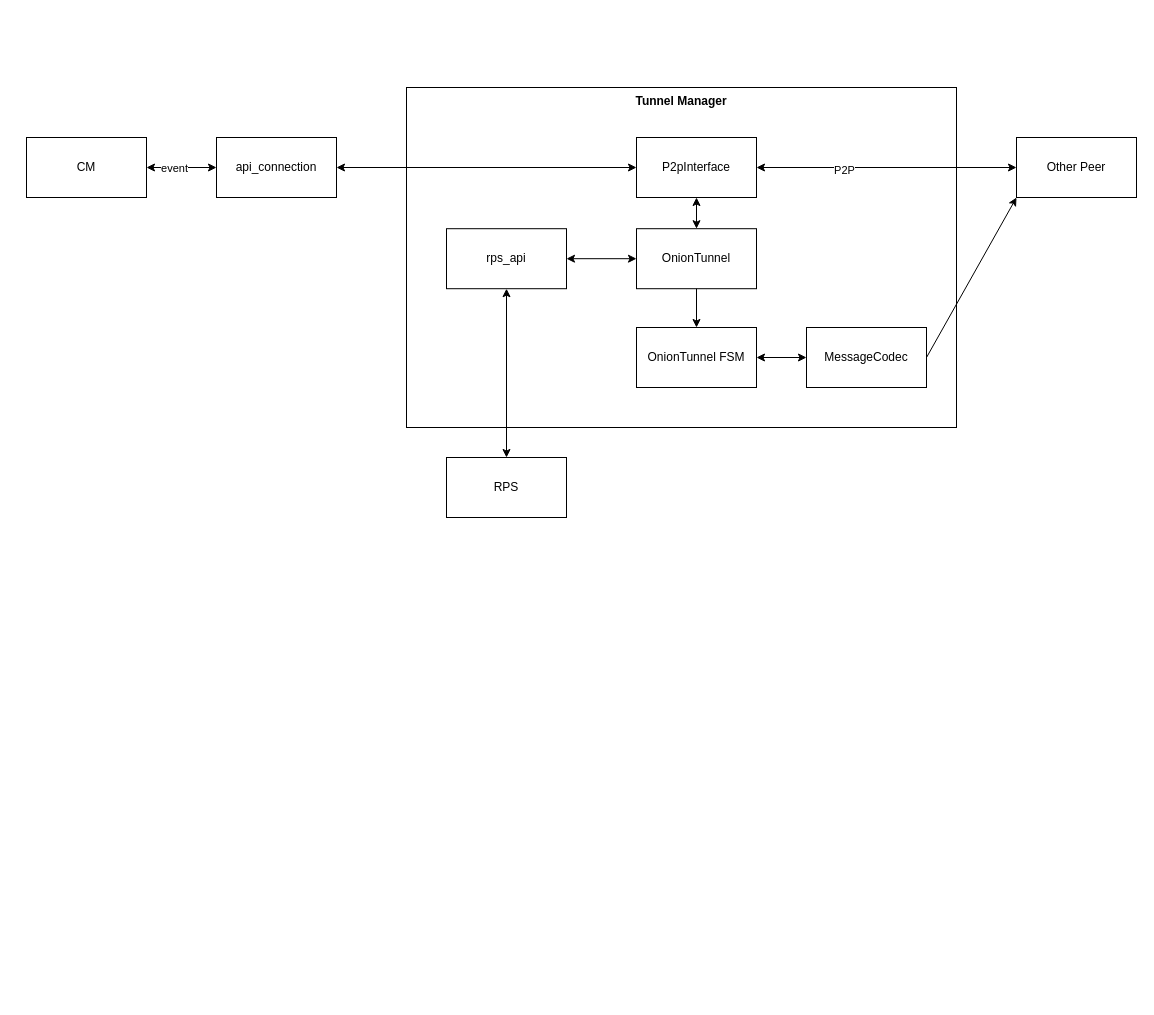
leonbeckmann/voip-onion-routing keeps this draw.io diagram as docs/images/logical_structure.drawio. Above is the earlier version. Source tidied: cells renumbered, new cells numbered last; positions are measured from the earlier drawing's top-left corner, leaving out a move shared by most shapes. Both pictures are drawn from the tidied source at 100%, with x=0, y=0 at pixel (26, 87).
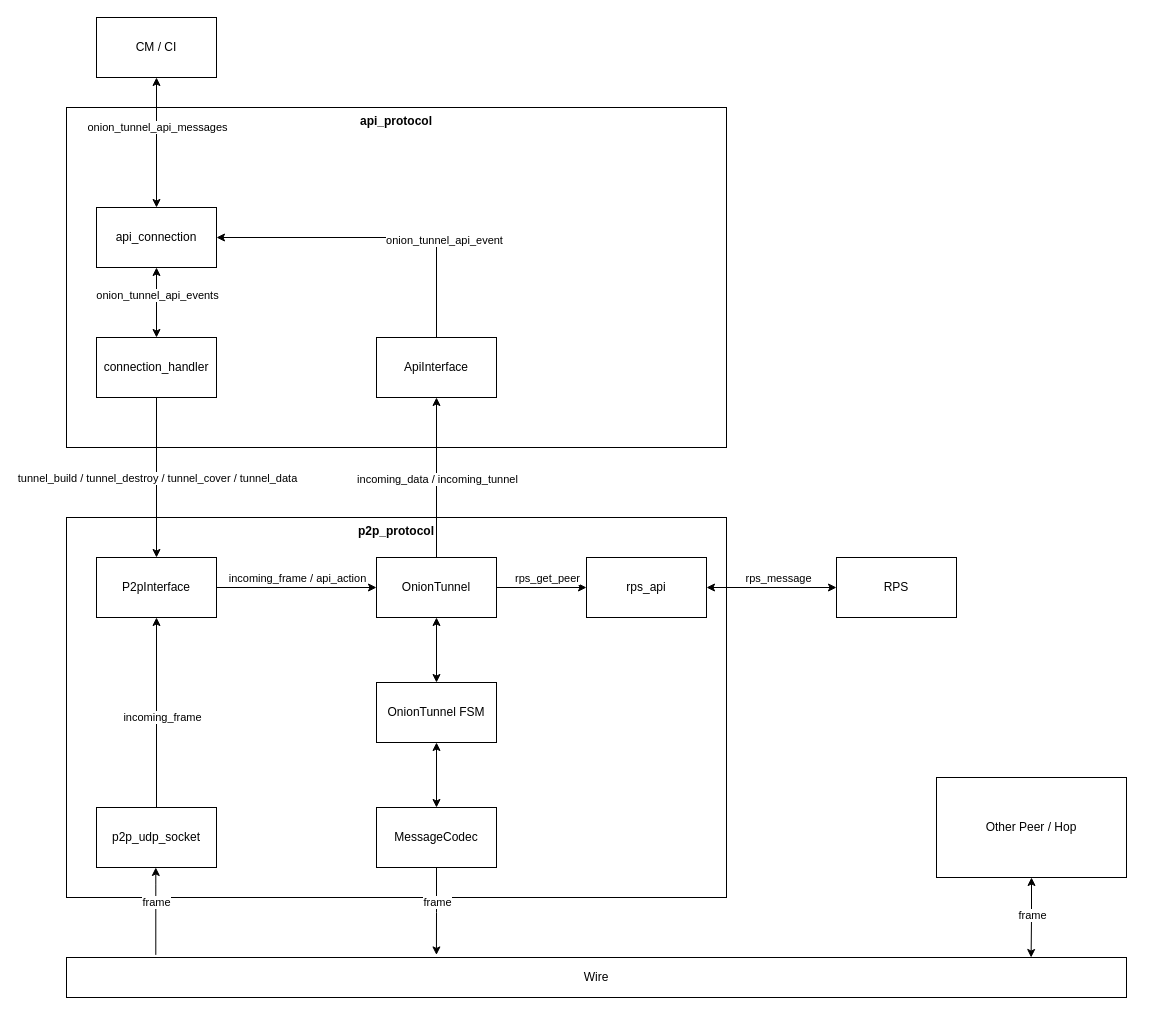
After the change.

Diff of the diagram source:
```diff
@@
+    <mxCell id="23" value="api_protocol" style="whiteSpace=wrap;html=1;fontStyle=1;verticalAlign=top;" parent="1" vertex="1">
+      <mxGeometry x="40" y="20" width="660" height="340" as="geometry" />
+    </mxCell>
     <mxCell id="2" value="api_connection" style="rounded=0;whiteSpace=wrap;html=1;" parent="1" vertex="1">
-      <mxGeometry x="190" y="50" width="120" height="60" as="geometry" />
+      <mxGeometry x="70" y="120" width="120" height="60" as="geometry" />
     </mxCell>
-    <mxCell id="3" style="endArrow=classic;html=1;entryX=0;entryY=0.5;entryDx=0;entryDy=0;exitX=1;exitY=0.5;exitDx=0;exitDy=0;startArrow=classic;startFill=1;" parent="1" edge="1" source="5" target="2">
+    <mxCell id="3" style="endArrow=classic;html=1;entryX=0.5;entryY=0;entryDx=0;entryDy=0;exitX=0.5;exitY=1;exitDx=0;exitDy=0;startArrow=classic;startFill=1;" parent="1" edge="1" source="5" target="2">
       <mxGeometry relative="1" as="geometry" />
     </mxCell>
-    <mxCell id="4" value="event" style="edgeLabel;html=1;align=center;verticalAlign=middle;" parent="3" vertex="1">
+    <mxCell id="4" value="onion_tunnel_api_messages" style="edgeLabel;html=1;align=center;verticalAlign=middle;" parent="3" vertex="1">
       <mxGeometry x="-0.24" relative="1" as="geometry" />
     </mxCell>
-    <mxCell id="5" value="CM" style="rounded=0;whiteSpace=wrap;html=1;" parent="1" vertex="1">
-      <mxGeometry y="50" width="120" height="60" as="geometry" />
+    <mxCell id="5" value="CM / CI" style="rounded=0;whiteSpace=wrap;html=1;" parent="1" vertex="1">
+      <mxGeometry x="70" y="-70" width="120" height="60" as="geometry" />
     </mxCell>
     <mxCell id="6" value="RPS" style="rounded=0;whiteSpace=wrap;html=1;" parent="1" vertex="1">
-      <mxGeometry x="420" y="370" width="120" height="60" as="geometry" />
+      <mxGeometry x="810" y="470" width="120" height="60" as="geometry" />
     </mxCell>
-    <mxCell id="7" value="Tunnel Manager" style="whiteSpace=wrap;html=1;fontStyle=1;verticalAlign=top;" parent="1" vertex="1">
-      <mxGeometry x="380" width="550" height="340" as="geometry" />
+    <mxCell id="7" value="p2p_protocol" style="whiteSpace=wrap;html=1;fontStyle=1;verticalAlign=top;" parent="1" vertex="1">
+      <mxGeometry x="40" y="430" width="660" height="380" as="geometry" />
     </mxCell>
-    <mxCell id="8" style="endArrow=classic;startArrow=classic;html=1;entryX=0.5;entryY=1;entryDx=0;entryDy=0;exitX=0.5;exitY=0;exitDx=0;exitDy=0;" parent="1" edge="1" source="6" target="10">
+    <mxCell id="8" style="endArrow=classic;startArrow=classic;html=1;entryX=1;entryY=0.5;entryDx=0;entryDy=0;exitX=0;exitY=0.5;exitDx=0;exitDy=0;" parent="1" edge="1" source="6" target="10">
       <mxGeometry relative="1" as="geometry" />
     </mxCell>
-    <mxCell id="9" style="endArrow=classic;startArrow=classic;html=1;entryX=0;entryY=0.5;entryDx=0;entryDy=0;exitX=1;exitY=0.5;exitDx=0;exitDy=0;" parent="1" edge="1" source="2" target="15">
-      <mxGeometry relative="1" as="geometry" />
-    </mxCell>
+    <mxCell id="24" value="rps_message" style="edgeLabel;html=1;align=center;verticalAlign=middle;" parent="8" vertex="1">
+      <mxGeometry x="-0.09" relative="1" as="geometry">
+        <mxPoint y="-10" as="offset" />
+      </mxGeometry>
+    </mxCell>
     <mxCell id="10" value="rps_api" style="whiteSpace=wrap;html=1;" parent="1" vertex="1">
-      <mxGeometry x="420" y="141.2" width="120" height="60" as="geometry" />
+      <mxGeometry x="560" y="470" width="120" height="60" as="geometry" />
     </mxCell>
     <mxCell id="11" value="OnionTunnel FSM" style="rounded=0;whiteSpace=wrap;html=1;" parent="1" vertex="1">
-      <mxGeometry x="610" y="240" width="120" height="60" as="geometry" />
+      <mxGeometry x="350" y="595" width="120" height="60" as="geometry" />
     </mxCell>
-    <mxCell id="12" value="Other Peer" style="rounded=0;whiteSpace=wrap;html=1;" parent="1" vertex="1">
-      <mxGeometry x="990" y="50" width="120" height="60" as="geometry" />
-    </mxCell>
-    <mxCell id="13" style="endArrow=classic;startArrow=classic;html=1;exitX=0;exitY=0.5;exitDx=0;exitDy=0;entryX=1;entryY=0.5;entryDx=0;entryDy=0;" parent="1" edge="1" source="12" target="15">
-      <mxGeometry relative="1" as="geometry" />
-    </mxCell>
-    <mxCell id="14" value="P2P" style="edgeLabel;html=1;align=center;verticalAlign=middle;" parent="13" vertex="1">
-      <mxGeometry x="0.33" y="2" relative="1" as="geometry" />
-    </mxCell>
     <mxCell id="15" value="P2pInterface" style="rounded=0;whiteSpace=wrap;html=1;" parent="1" vertex="1">
-      <mxGeometry x="610" y="50" width="120" height="60" as="geometry" />
+      <mxGeometry x="70" y="470" width="120" height="60" as="geometry" />
     </mxCell>
+    <mxCell id="25" style="edgeStyle=orthogonalEdgeStyle;rounded=0;jettySize=auto;html=1;exitX=0.5;exitY=0;exitDx=0;exitDy=0;entryX=0.5;entryY=1;entryDx=0;entryDy=0;" parent="1" edge="1" source="16" target="33">
+      <mxGeometry relative="1" as="geometry" />
+    </mxCell>
+    <mxCell id="26" value="incoming_data / incoming_tunnel" style="edgeLabel;html=1;align=center;verticalAlign=middle;" parent="25" vertex="1">
+      <mxGeometry x="-0.22" y="-4" relative="1" as="geometry">
+        <mxPoint x="-4" y="-17" as="offset" />
+      </mxGeometry>
+    </mxCell>
     <mxCell id="16" value="OnionTunnel" style="rounded=0;whiteSpace=wrap;html=1;" parent="1" vertex="1">
-      <mxGeometry x="610" y="141.2" width="120" height="60" as="geometry" />
+      <mxGeometry x="350" y="470" width="120" height="60" as="geometry" />
     </mxCell>
-    <mxCell id="17" style="endArrow=classic;startArrow=classic;html=1;entryX=0.5;entryY=1;entryDx=0;entryDy=0;exitX=0.5;exitY=0;exitDx=0;exitDy=0;" parent="1" edge="1" source="16" target="15">
+    <mxCell id="17" style="endArrow=none;startArrow=classic;html=1;exitX=0;exitY=0.5;exitDx=0;exitDy=0;entryX=1;entryY=0.5;entryDx=0;entryDy=0;exitPerimeter=0;startFill=1;endFill=0;" parent="1" edge="1" source="16" target="15">
       <mxGeometry relative="1" as="geometry" />
     </mxCell>
+    <mxCell id="27" value="incoming_frame / api_action" style="edgeLabel;html=1;align=center;verticalAlign=middle;" parent="17" vertex="1">
+      <mxGeometry x="0.11" y="-4" relative="1" as="geometry">
+        <mxPoint x="9" y="-6" as="offset" />
+      </mxGeometry>
+    </mxCell>
-    <mxCell id="18" style="endArrow=classic;startArrow=classic;html=1;entryX=0;entryY=0.5;entryDx=0;entryDy=0;exitX=1;exitY=0.5;exitDx=0;exitDy=0;" parent="1" edge="1" source="10" target="16">
-      <mxGeometry relative="1" as="geometry" />
+    <mxCell id="18" style="endArrow=classic;startArrow=none;html=1;entryX=0;entryY=0.5;entryDx=0;entryDy=0;startFill=0;" parent="1" edge="1" target="10">
+      <mxGeometry relative="1" as="geometry">
+        <mxPoint x="470" y="500" as="sourcePoint" />
+      </mxGeometry>
     </mxCell>
+    <mxCell id="28" value="rps_get_peer" style="edgeLabel;html=1;align=center;verticalAlign=middle;" parent="18" vertex="1">
+      <mxGeometry x="0.1" y="-2" relative="1" as="geometry">
+        <mxPoint y="-12" as="offset" />
+      </mxGeometry>
+    </mxCell>
-    <mxCell id="19" style="endArrow=none;startArrow=classic;html=1;entryX=0.5;entryY=1;entryDx=0;entryDy=0;exitX=0.5;exitY=0;exitDx=0;exitDy=0;startFill=1;endFill=0;" parent="1" edge="1" source="11" target="16">
+    <mxCell id="19" style="endArrow=classic;startArrow=classic;html=1;entryX=0.5;entryY=1;entryDx=0;entryDy=0;exitX=0.5;exitY=0;exitDx=0;exitDy=0;startFill=1;endFill=1;" parent="1" edge="1" source="11" target="16">
       <mxGeometry relative="1" as="geometry" />
     </mxCell>
+    <mxCell id="29" style="edgeStyle=orthogonalEdgeStyle;rounded=0;jettySize=auto;html=1;exitX=0.5;exitY=1;exitDx=0;exitDy=0;startArrow=none;startFill=0;endArrow=classic;endFill=1;entryX=0.349;entryY=-0.064;entryDx=0;entryDy=0;entryPerimeter=0;" parent="1" edge="1" source="20" target="43">
+      <mxGeometry relative="1" as="geometry" />
+    </mxCell>
+    <mxCell id="30" value="frame" style="edgeLabel;html=1;align=center;verticalAlign=middle;" parent="29" vertex="1">
+      <mxGeometry x="-0.23" relative="1" as="geometry" />
+    </mxCell>
     <mxCell id="20" value="MessageCodec" style="rounded=0;whiteSpace=wrap;html=1;" parent="1" vertex="1">
-      <mxGeometry x="780" y="240" width="120" height="60" as="geometry" />
+      <mxGeometry x="350" y="720" width="120" height="60" as="geometry" />
     </mxCell>
-    <mxCell id="21" style="endArrow=classic;html=1;entryX=0;entryY=0.5;entryDx=0;entryDy=0;exitX=1;exitY=0.5;exitDx=0;exitDy=0;startArrow=classic;startFill=1;" parent="1" edge="1" source="11" target="20">
+    <mxCell id="21" style="endArrow=classic;html=1;exitX=0.5;exitY=1;exitDx=0;exitDy=0;startArrow=classic;startFill=1;entryX=0.5;entryY=0;entryDx=0;entryDy=0;" parent="1" edge="1" source="11" target="20">
       <mxGeometry relative="1" as="geometry" />
     </mxCell>
-    <mxCell id="22" style="endArrow=classic;html=1;entryX=0;entryY=1;entryDx=0;entryDy=0;exitX=1;exitY=0.5;exitDx=0;exitDy=0;" parent="1" edge="1" source="20" target="12">
-      <mxGeometry relative="1" as="geometry" />
-    </mxCell>
+    <mxCell id="31" style="edgeStyle=orthogonalEdgeStyle;rounded=0;jettySize=auto;html=1;exitX=0.5;exitY=0;exitDx=0;exitDy=0;entryX=1;entryY=0.5;entryDx=0;entryDy=0;" parent="1" edge="1" source="33" target="2">
+      <mxGeometry relative="1" as="geometry" />
+    </mxCell>
+    <mxCell id="32" value="onion_tunnel_api_event" style="edgeLabel;html=1;align=center;verticalAlign=middle;" parent="31" vertex="1">
+      <mxGeometry x="-0.38" y="-4" relative="1" as="geometry">
+        <mxPoint x="3" y="1" as="offset" />
+      </mxGeometry>
+    </mxCell>
+    <mxCell id="33" value="ApiInterface" style="rounded=0;whiteSpace=wrap;html=1;" parent="1" vertex="1">
+      <mxGeometry x="350" y="250" width="120" height="60" as="geometry" />
+    </mxCell>
+    <mxCell id="34" value="connection_handler" style="rounded=0;whiteSpace=wrap;html=1;" parent="1" vertex="1">
+      <mxGeometry x="70" y="250" width="120" height="60" as="geometry" />
+    </mxCell>
+    <mxCell id="35" style="endArrow=classic;html=1;entryX=0.5;entryY=0;entryDx=0;entryDy=0;exitX=0.5;exitY=1;exitDx=0;exitDy=0;startArrow=classic;startFill=1;" parent="1" edge="1" source="2" target="34">
+      <mxGeometry relative="1" as="geometry" />
+    </mxCell>
+    <mxCell id="36" value="onion_tunnel_api_events" style="edgeLabel;html=1;align=center;verticalAlign=middle;" parent="35" vertex="1">
+      <mxGeometry x="-0.24" relative="1" as="geometry" />
+    </mxCell>
+    <mxCell id="37" style="edgeStyle=orthogonalEdgeStyle;rounded=0;orthogonalLoop=1;jettySize=auto;html=1;exitX=0.5;exitY=1;exitDx=0;exitDy=0;dashed=1;" parent="1" edge="1" source="23" target="23">
+      <mxGeometry relative="1" as="geometry" />
+    </mxCell>
+    <mxCell id="38" style="endArrow=classic;html=1;entryX=0.5;entryY=0;entryDx=0;entryDy=0;exitX=0.5;exitY=1;exitDx=0;exitDy=0;startArrow=none;startFill=0;" parent="1" edge="1" source="34" target="15">
+      <mxGeometry relative="1" as="geometry" />
+    </mxCell>
+    <mxCell id="39" value="tunnel_build / tunnel_destroy / tunnel_cover / tunnel_data" style="edgeLabel;html=1;align=center;verticalAlign=middle;" parent="38" vertex="1">
+      <mxGeometry x="-0.24" relative="1" as="geometry">
+        <mxPoint y="19" as="offset" />
+      </mxGeometry>
+    </mxCell>
+    <mxCell id="40" value="p2p_udp_socket" style="rounded=0;whiteSpace=wrap;html=1;" parent="1" vertex="1">
+      <mxGeometry x="70" y="720" width="120" height="60" as="geometry" />
+    </mxCell>
+    <mxCell id="41" style="endArrow=none;startArrow=classic;html=1;exitX=0.5;exitY=1;exitDx=0;exitDy=0;entryX=0.5;entryY=0;entryDx=0;entryDy=0;startFill=1;endFill=0;" parent="1" edge="1" source="15" target="40">
+      <mxGeometry relative="1" as="geometry" />
+    </mxCell>
+    <mxCell id="42" value="incoming_frame" style="edgeLabel;html=1;align=center;verticalAlign=middle;" parent="41" vertex="1">
+      <mxGeometry x="0.11" y="-4" relative="1" as="geometry">
+        <mxPoint x="9" y="-6" as="offset" />
+      </mxGeometry>
+    </mxCell>
+    <mxCell id="43" value="Wire" style="rounded=0;whiteSpace=wrap;html=1;" parent="1" vertex="1">
+      <mxGeometry x="40" y="870" width="1060" height="40" as="geometry" />
+    </mxCell>
+    <mxCell id="44" style="edgeStyle=orthogonalEdgeStyle;rounded=0;jettySize=auto;html=1;exitX=0.5;exitY=1;exitDx=0;exitDy=0;entryX=0.91;entryY=0;entryDx=0;entryDy=0;entryPerimeter=0;startArrow=classic;startFill=1;endArrow=classic;endFill=1;" parent="1" edge="1" source="46" target="43">
+      <mxGeometry relative="1" as="geometry" />
+    </mxCell>
+    <mxCell id="45" value="frame" style="edgeLabel;html=1;align=center;verticalAlign=middle;" parent="44" vertex="1">
+      <mxGeometry x="-0.07" relative="1" as="geometry" />
+    </mxCell>
+    <mxCell id="46" value="Other Peer / Hop" style="rounded=0;whiteSpace=wrap;html=1;" parent="1" vertex="1">
+      <mxGeometry x="910" y="690" width="190" height="100" as="geometry" />
+    </mxCell>
+    <mxCell id="47" style="edgeStyle=orthogonalEdgeStyle;rounded=0;orthogonalLoop=1;jettySize=auto;html=1;exitX=0.5;exitY=1;exitDx=0;exitDy=0;startArrow=classic;startFill=1;endArrow=none;endFill=0;entryX=0.349;entryY=-0.064;entryDx=0;entryDy=0;entryPerimeter=0;" parent="1" edge="1">
+      <mxGeometry relative="1" as="geometry">
+        <mxPoint x="129.3" y="780" as="sourcePoint" />
+        <mxPoint x="129.3" y="867.4" as="targetPoint" />
+        <Array as="points">
+          <mxPoint x="129.3" y="797.4" />
+          <mxPoint x="129.3" y="797.4" />
+        </Array>
+      </mxGeometry>
+    </mxCell>
+    <mxCell id="48" value="frame" style="edgeLabel;html=1;align=center;verticalAlign=middle;" parent="47" vertex="1">
+      <mxGeometry x="-0.23" relative="1" as="geometry" />
+    </mxCell>
```
